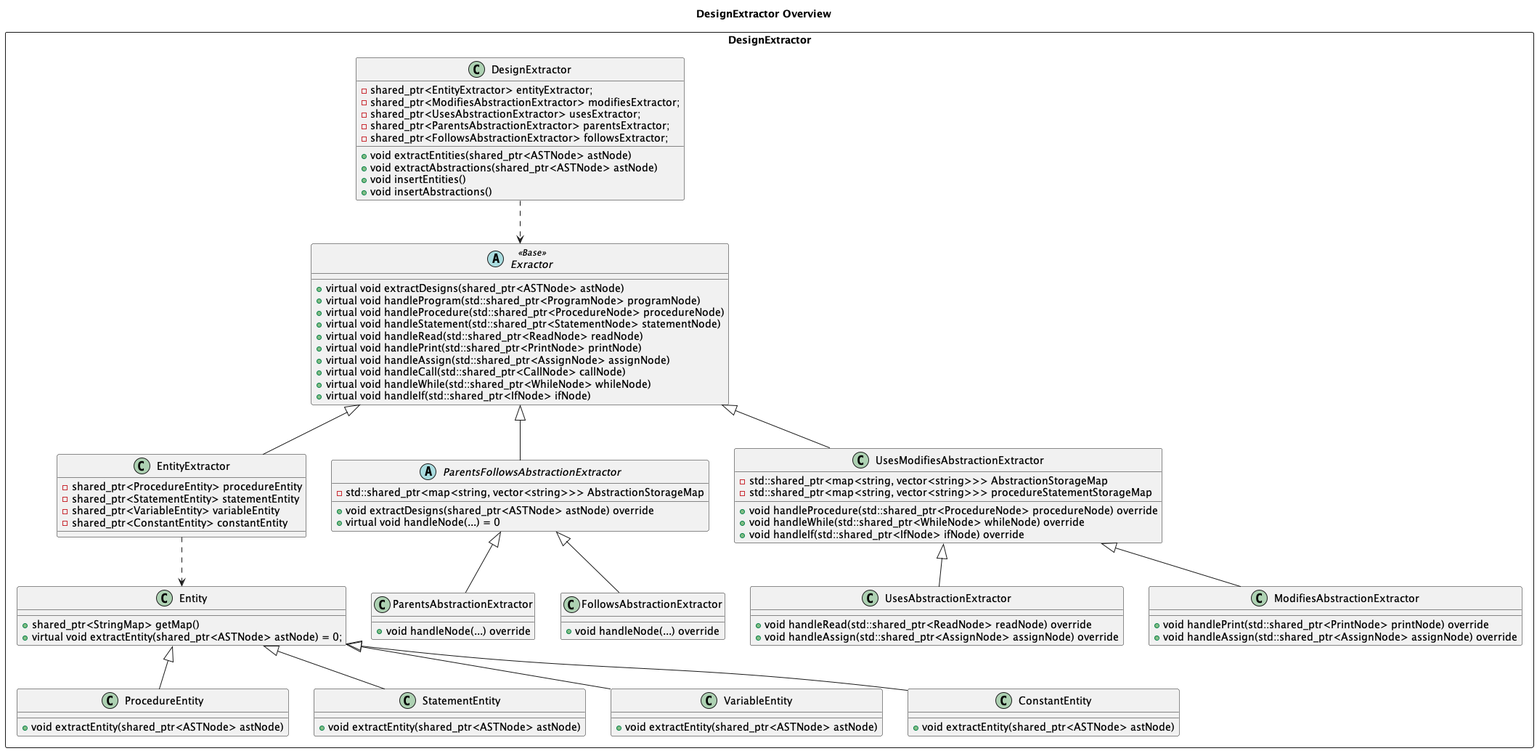
This is Team18/Docs/SP/DiagramsV2/DesignExtractorOverview/ExtractorHiearchy.png from NicsunXnus/SoftwareEngineeringProject, a PlantUML export, as it was before one commit. The source it was exported from:
```plantuml
@startuml

title DesignExtractor Overview

package DesignExtractor <<Rectangle>> {
    Class DesignExtractor {
        -shared_ptr<EntityExtractor> entityExtractor;
        -shared_ptr<ModifiesAbstractionExtractor> modifiesExtractor;
        -shared_ptr<UsesAbstractionExtractor> usesExtractor;
        -shared_ptr<ParentsAbstractionExtractor> parentsExtractor;
        -shared_ptr<FollowsAbstractionExtractor> followsExtractor;
        +void extractEntities(shared_ptr<ASTNode> astNode)
        +void extractAbstractions(shared_ptr<ASTNode> astNode)
        +void insertEntities()
        +void insertAbstractions()
    }

    Abstract Exractor <<Base>> {
        +virtual void extractDesigns(shared_ptr<ASTNode> astNode)
        +virtual void handleProgram(std::shared_ptr<ProgramNode> programNode)
        +virtual void handleProcedure(std::shared_ptr<ProcedureNode> procedureNode)
        +virtual void handleStatement(std::shared_ptr<StatementNode> statementNode)
        +virtual void handleRead(std::shared_ptr<ReadNode> readNode)
        +virtual void handlePrint(std::shared_ptr<PrintNode> printNode)
        +virtual void handleAssign(std::shared_ptr<AssignNode> assignNode)
        +virtual void handleCall(std::shared_ptr<CallNode> callNode)
        +virtual void handleWhile(std::shared_ptr<WhileNode> whileNode)
        +virtual void handleIf(std::shared_ptr<IfNode> ifNode)
    }
    Class EntityExtractor {
        -shared_ptr<ProcedureEntity> procedureEntity
        -shared_ptr<StatementEntity> statementEntity
        -shared_ptr<VariableEntity> variableEntity
        -shared_ptr<ConstantEntity> constantEntity
    }
    Abstract ParentsFollowsAbstractionExtractor {
        -std::shared_ptr<map<string, vector<string>>> AbstractionStorageMap
        +void extractDesigns(shared_ptr<ASTNode> astNode) override
        +virtual void handleNode(...) = 0
    }
    Class ParentsAbstractionExtractor {
        +void handleNode(...) override
    }
    Class FollowsAbstractionExtractor {
        +void handleNode(...) override
    }
    Class UsesModifiesAbstractionExtractor {
        -std::shared_ptr<map<string, vector<string>>> AbstractionStorageMap
        -std::shared_ptr<map<string, vector<string>>> procedureStatementStorageMap
        +void handleProcedure(std::shared_ptr<ProcedureNode> procedureNode) override
        +void handleWhile(std::shared_ptr<WhileNode> whileNode) override
        +void handleIf(std::shared_ptr<IfNode> ifNode) override
    }
    Class UsesAbstractionExtractor {
        +void handleRead(std::shared_ptr<ReadNode> readNode) override
        +void handleAssign(std::shared_ptr<AssignNode> assignNode) override
    }
    Class ModifiesAbstractionExtractor {
        +void handlePrint(std::shared_ptr<PrintNode> printNode) override
        +void handleAssign(std::shared_ptr<AssignNode> assignNode) override
    }
    Class Entity {
        +shared_ptr<StringMap> getMap()
        +virtual void extractEntity(shared_ptr<ASTNode> astNode) = 0;
    }
    Class ProcedureEntity {
        +void extractEntity(shared_ptr<ASTNode> astNode)
    }
    Class StatementEntity{
        +void extractEntity(shared_ptr<ASTNode> astNode)
    }
    Class VariableEntity{
        +void extractEntity(shared_ptr<ASTNode> astNode)
    }
    Class ConstantEntity{
        +void extractEntity(shared_ptr<ASTNode> astNode)
    }

    DesignExtractor ..> Exractor
    Exractor <|-- EntityExtractor
    Exractor <|-- ParentsFollowsAbstractionExtractor
    Exractor <|-- UsesModifiesAbstractionExtractor
    ParentsFollowsAbstractionExtractor <|-- ParentsAbstractionExtractor
    ParentsFollowsAbstractionExtractor <|-- FollowsAbstractionExtractor
    UsesModifiesAbstractionExtractor <|-- UsesAbstractionExtractor
    UsesModifiesAbstractionExtractor <|-- ModifiesAbstractionExtractor
    EntityExtractor ..> Entity
    Entity <|-- ProcedureEntity
    Entity <|-- StatementEntity
    Entity <|-- VariableEntity
    Entity <|-- ConstantEntity




}
@enduml
```
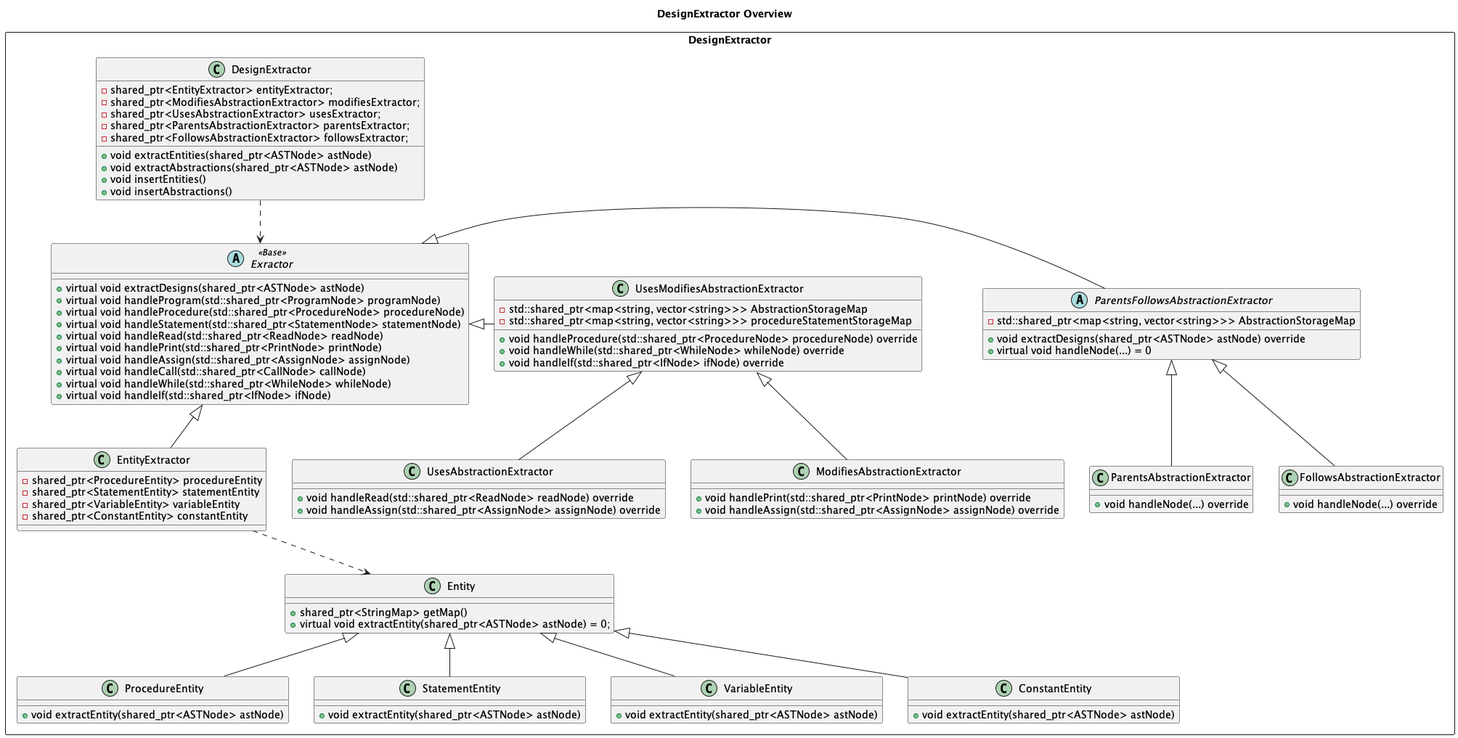
Above is the later version.

Change to the diagram source:
```diff
@@ -78,8 +78,8 @@
 
     DesignExtractor ..> Exractor
     Exractor <|-- EntityExtractor
-    Exractor <|-- ParentsFollowsAbstractionExtractor
-    Exractor <|-- UsesModifiesAbstractionExtractor
+    Exractor <|-right- ParentsFollowsAbstractionExtractor
+    Exractor <|-right- UsesModifiesAbstractionExtractor
     ParentsFollowsAbstractionExtractor <|-- ParentsAbstractionExtractor
     ParentsFollowsAbstractionExtractor <|-- FollowsAbstractionExtractor
     UsesModifiesAbstractionExtractor <|-- UsesAbstractionExtractor
```
